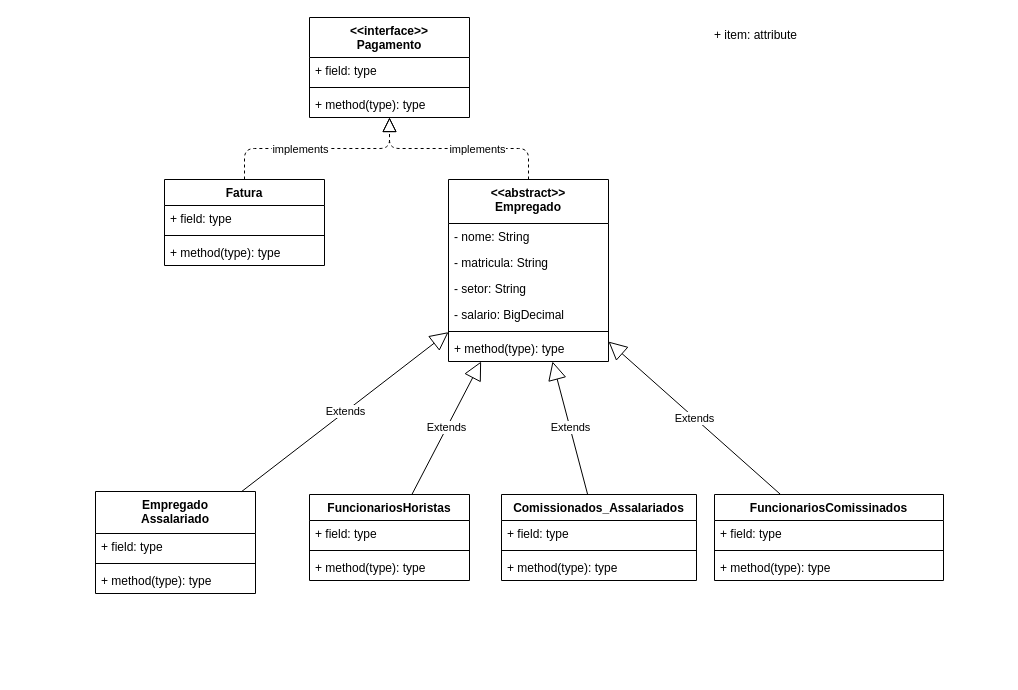
Before: 01_Diagramas/Diagrama_classes01.drawio in Rodx486/Trabalho_04, a draw.io diagram. Source tidied: cells renumbered, new cells numbered last; positions are measured from the earlier drawing's top-left corner, leaving out a move shared by most shapes. Both pictures are drawn from the tidied source at 100%, with x=0, y=0 at pixel (95, 17).
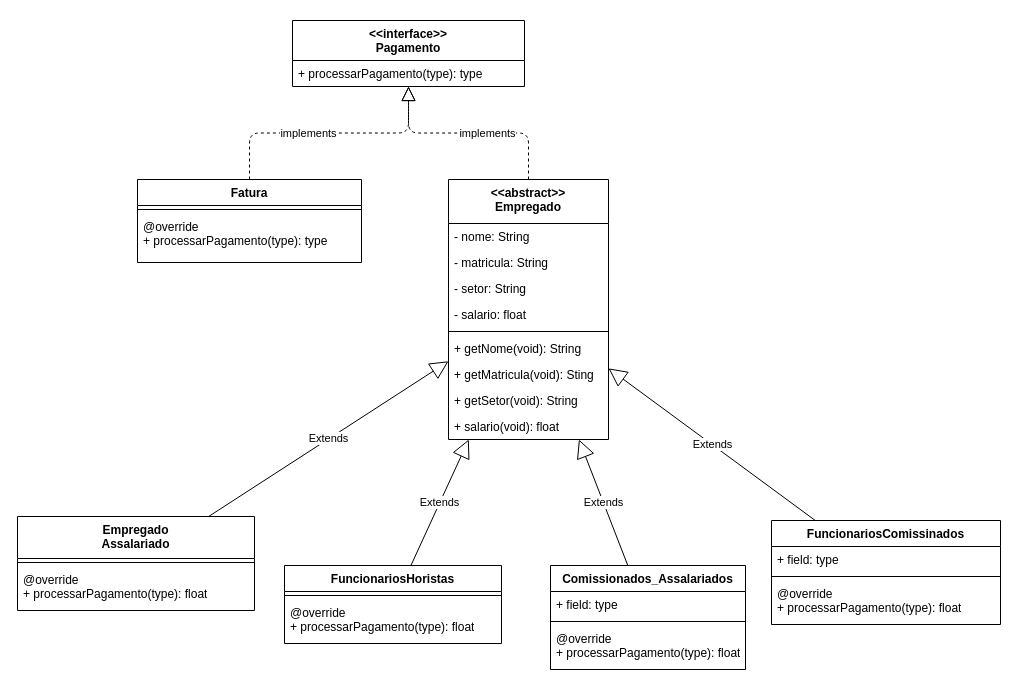
The same diagram, later.

Commit message (it also covers changes not shown here):
/logica_classes

The edit, as a diff of the source:
```diff
@@
     <mxCell id="2" value="&amp;lt;&amp;lt;interface&amp;gt;&amp;gt;&lt;div&gt;Pagamento&lt;/div&gt;" style="swimlane;fontStyle=1;align=center;verticalAlign=top;horizontal=1;startSize=40;whiteSpace=wrap;html=1;" parent="1" vertex="1">
-      <mxGeometry x="214" width="160" height="100" as="geometry" />
+      <mxGeometry x="197" y="3" width="232" height="66" as="geometry" />
     </mxCell>
-    <mxCell id="3" value="+ field: type" style="text;strokeColor=none;fillColor=none;align=left;verticalAlign=top;spacingLeft=4;spacingRight=4;overflow=hidden;whiteSpace=wrap;html=1;" parent="2" vertex="1">
-      <mxGeometry y="40" width="160" height="26" as="geometry" />
-    </mxCell>
-    <mxCell id="4" style="line;strokeWidth=1;fillColor=none;align=left;verticalAlign=middle;spacingTop=-1;spacingLeft=3;spacingRight=3;labelPosition=right;strokeColor=inherit;" parent="2" vertex="1">
-      <mxGeometry y="66" width="160" height="8" as="geometry" />
-    </mxCell>
-    <mxCell id="5" value="+ method(type): type" style="text;strokeColor=none;fillColor=none;align=left;verticalAlign=top;spacingLeft=4;spacingRight=4;overflow=hidden;whiteSpace=wrap;html=1;" parent="2" vertex="1">
-      <mxGeometry y="74" width="160" height="26" as="geometry" />
+    <mxCell id="5" value="+ processarPagamento(type): type" style="text;strokeColor=none;fillColor=none;align=left;verticalAlign=top;spacingLeft=4;spacingRight=4;overflow=hidden;whiteSpace=wrap;html=1;" parent="2" vertex="1">
+      <mxGeometry y="40" width="232" height="26" as="geometry" />
     </mxCell>
     <mxCell id="6" value="&lt;div&gt;&amp;lt;&amp;lt;abstract&amp;gt;&amp;gt;&lt;/div&gt;Empregado" style="swimlane;fontStyle=1;align=center;verticalAlign=top;horizontal=1;startSize=44;whiteSpace=wrap;html=1;" parent="1" vertex="1">
-      <mxGeometry x="353" y="162" width="160" height="182" as="geometry" />
+      <mxGeometry x="353" y="162" width="160" height="260" as="geometry" />
     </mxCell>
@@
-    <mxCell id="10" value="- salario:&amp;nbsp;BigDecimal" style="text;strokeColor=none;fillColor=none;align=left;verticalAlign=top;spacingLeft=4;spacingRight=4;overflow=hidden;whiteSpace=wrap;html=1;" parent="6" vertex="1">
+    <mxCell id="10" value="- salario: float" style="text;strokeColor=none;fillColor=none;align=left;verticalAlign=top;spacingLeft=4;spacingRight=4;overflow=hidden;whiteSpace=wrap;html=1;" parent="6" vertex="1">
       <mxGeometry y="122" width="160" height="26" as="geometry" />
     </mxCell>
@@
-    <mxCell id="12" value="+ method(type): type" style="text;strokeColor=none;fillColor=none;align=left;verticalAlign=top;spacingLeft=4;spacingRight=4;overflow=hidden;whiteSpace=wrap;html=1;" parent="6" vertex="1">
+    <mxCell id="12" value="+ getNome(void): String" style="text;strokeColor=none;fillColor=none;align=left;verticalAlign=top;spacingLeft=4;spacingRight=4;overflow=hidden;whiteSpace=wrap;html=1;" parent="6" vertex="1">
       <mxGeometry y="156" width="160" height="26" as="geometry" />
     </mxCell>
+    <mxCell id="42" value="+ getMatricula(void): Sting" style="text;strokeColor=none;fillColor=none;align=left;verticalAlign=top;spacingLeft=4;spacingRight=4;overflow=hidden;whiteSpace=wrap;html=1;" parent="6" vertex="1">
+      <mxGeometry y="182" width="160" height="26" as="geometry" />
+    </mxCell>
+    <mxCell id="43" value="+ getSetor(void): String" style="text;strokeColor=none;fillColor=none;align=left;verticalAlign=top;spacingLeft=4;spacingRight=4;overflow=hidden;whiteSpace=wrap;html=1;" parent="6" vertex="1">
+      <mxGeometry y="208" width="160" height="26" as="geometry" />
+    </mxCell>
+    <mxCell id="44" value="+ salario(void): float" style="text;strokeColor=none;fillColor=none;align=left;verticalAlign=top;spacingLeft=4;spacingRight=4;overflow=hidden;whiteSpace=wrap;html=1;" parent="6" vertex="1">
+      <mxGeometry y="234" width="160" height="26" as="geometry" />
+    </mxCell>
     <mxCell id="13" value="Empregado&lt;div&gt;Assalariado&lt;/div&gt;&lt;div&gt;&lt;br&gt;&lt;/div&gt;" style="swimlane;fontStyle=1;align=center;verticalAlign=top;horizontal=1;startSize=42;whiteSpace=wrap;html=1;" parent="1" vertex="1">
-      <mxGeometry y="474" width="160" height="102" as="geometry" />
+      <mxGeometry x="-78" y="499" width="237" height="94" as="geometry" />
     </mxCell>
-    <mxCell id="14" value="+ field: type" style="text;strokeColor=none;fillColor=none;align=left;verticalAlign=top;spacingLeft=4;spacingRight=4;overflow=hidden;whiteSpace=wrap;html=1;" parent="13" vertex="1">
-      <mxGeometry y="42" width="160" height="26" as="geometry" />
-    </mxCell>
     <mxCell id="15" style="line;strokeWidth=1;fillColor=none;align=left;verticalAlign=middle;spacingTop=-1;spacingLeft=3;spacingRight=3;labelPosition=right;strokeColor=inherit;" parent="13" vertex="1">
-      <mxGeometry y="68" width="160" height="8" as="geometry" />
+      <mxGeometry y="42" width="237" height="8" as="geometry" />
     </mxCell>
-    <mxCell id="16" value="+ method(type): type" style="text;strokeColor=none;fillColor=none;align=left;verticalAlign=top;spacingLeft=4;spacingRight=4;overflow=hidden;whiteSpace=wrap;html=1;" parent="13" vertex="1">
-      <mxGeometry y="76" width="160" height="26" as="geometry" />
+    <mxCell id="16" value="&lt;div&gt;@override&lt;/div&gt;+ processarPagamento(type): float" style="text;strokeColor=none;fillColor=none;align=left;verticalAlign=top;spacingLeft=4;spacingRight=4;overflow=hidden;whiteSpace=wrap;html=1;" parent="13" vertex="1">
+      <mxGeometry y="50" width="237" height="44" as="geometry" />
     </mxCell>
@@
     <mxCell id="20" value="Fatura" style="swimlane;fontStyle=1;align=center;verticalAlign=top;horizontal=1;startSize=26;whiteSpace=wrap;html=1;" parent="1" vertex="1">
-      <mxGeometry x="69" y="162" width="160" height="86" as="geometry" />
+      <mxGeometry x="42" y="162" width="224" height="83" as="geometry" />
     </mxCell>
-    <mxCell id="21" value="+ field: type" style="text;strokeColor=none;fillColor=none;align=left;verticalAlign=top;spacingLeft=4;spacingRight=4;overflow=hidden;whiteSpace=wrap;html=1;" parent="20" vertex="1">
-      <mxGeometry y="26" width="160" height="26" as="geometry" />
-    </mxCell>
     <mxCell id="22" style="line;strokeWidth=1;fillColor=none;align=left;verticalAlign=middle;spacingTop=-1;spacingLeft=3;spacingRight=3;labelPosition=right;strokeColor=inherit;" parent="20" vertex="1">
-      <mxGeometry y="52" width="160" height="8" as="geometry" />
+      <mxGeometry y="26" width="224" height="8" as="geometry" />
     </mxCell>
-    <mxCell id="23" value="+ method(type): type" style="text;strokeColor=none;fillColor=none;align=left;verticalAlign=top;spacingLeft=4;spacingRight=4;overflow=hidden;whiteSpace=wrap;html=1;" parent="20" vertex="1">
-      <mxGeometry y="60" width="160" height="26" as="geometry" />
+    <mxCell id="23" value="&lt;div&gt;@override&lt;/div&gt;+ processarPagamento(type): type" style="text;strokeColor=none;fillColor=none;align=left;verticalAlign=top;spacingLeft=4;spacingRight=4;overflow=hidden;whiteSpace=wrap;html=1;" parent="20" vertex="1">
+      <mxGeometry y="34" width="224" height="49" as="geometry" />
     </mxCell>
@@
     <mxCell id="26" value="Comissionados_Assalariados&lt;div&gt;&lt;br&gt;&lt;/div&gt;" style="swimlane;fontStyle=1;align=center;verticalAlign=top;horizontal=1;startSize=26;whiteSpace=wrap;html=1;" parent="1" vertex="1">
-      <mxGeometry x="406" y="477" width="195" height="86" as="geometry" />
+      <mxGeometry x="455" y="548" width="195" height="104" as="geometry" />
     </mxCell>
@@
-    <mxCell id="29" value="+ method(type): type" style="text;strokeColor=none;fillColor=none;align=left;verticalAlign=top;spacingLeft=4;spacingRight=4;overflow=hidden;whiteSpace=wrap;html=1;" parent="26" vertex="1">
-      <mxGeometry y="60" width="195" height="26" as="geometry" />
-    </mxCell>
+    <mxCell id="45" value="&lt;div&gt;@override&lt;/div&gt;+ processarPagamento(type): float" style="text;strokeColor=none;fillColor=none;align=left;verticalAlign=top;spacingLeft=4;spacingRight=4;overflow=hidden;whiteSpace=wrap;html=1;" parent="26" vertex="1">
+      <mxGeometry y="60" width="195" height="44" as="geometry" />
+    </mxCell>
@@
     <mxCell id="31" value="FuncionariosHoristas&lt;div&gt;&lt;br&gt;&lt;/div&gt;" style="swimlane;fontStyle=1;align=center;verticalAlign=top;horizontal=1;startSize=26;whiteSpace=wrap;html=1;" parent="1" vertex="1">
-      <mxGeometry x="214" y="477" width="160" height="86" as="geometry" />
+      <mxGeometry x="189" y="548" width="217" height="78" as="geometry" />
     </mxCell>
-    <mxCell id="32" value="+ field: type" style="text;strokeColor=none;fillColor=none;align=left;verticalAlign=top;spacingLeft=4;spacingRight=4;overflow=hidden;whiteSpace=wrap;html=1;" parent="31" vertex="1">
-      <mxGeometry y="26" width="160" height="26" as="geometry" />
-    </mxCell>
     <mxCell id="33" style="line;strokeWidth=1;fillColor=none;align=left;verticalAlign=middle;spacingTop=-1;spacingLeft=3;spacingRight=3;labelPosition=right;strokeColor=inherit;" parent="31" vertex="1">
-      <mxGeometry y="52" width="160" height="8" as="geometry" />
+      <mxGeometry y="26" width="217" height="8" as="geometry" />
     </mxCell>
-    <mxCell id="34" value="+ method(type): type" style="text;strokeColor=none;fillColor=none;align=left;verticalAlign=top;spacingLeft=4;spacingRight=4;overflow=hidden;whiteSpace=wrap;html=1;" parent="31" vertex="1">
-      <mxGeometry y="60" width="160" height="26" as="geometry" />
-    </mxCell>
+    <mxCell id="46" value="&lt;div&gt;@override&lt;/div&gt;+ processarPagamento(type): float" style="text;strokeColor=none;fillColor=none;align=left;verticalAlign=top;spacingLeft=4;spacingRight=4;overflow=hidden;whiteSpace=wrap;html=1;" parent="31" vertex="1">
+      <mxGeometry y="34" width="217" height="44" as="geometry" />
+    </mxCell>
@@
     <mxCell id="36" value="FuncionariosComissinados&lt;div&gt;&lt;br&gt;&lt;/div&gt;" style="swimlane;fontStyle=1;align=center;verticalAlign=top;horizontal=1;startSize=26;whiteSpace=wrap;html=1;" parent="1" vertex="1">
-      <mxGeometry x="619" y="477" width="229" height="86" as="geometry" />
+      <mxGeometry x="676" y="503" width="229" height="104" as="geometry" />
     </mxCell>
@@
-    <mxCell id="39" value="+ method(type): type" style="text;strokeColor=none;fillColor=none;align=left;verticalAlign=top;spacingLeft=4;spacingRight=4;overflow=hidden;whiteSpace=wrap;html=1;" parent="36" vertex="1">
-      <mxGeometry y="60" width="229" height="26" as="geometry" />
-    </mxCell>
+    <mxCell id="47" value="&lt;div&gt;@override&lt;/div&gt;+ processarPagamento(type): float" style="text;strokeColor=none;fillColor=none;align=left;verticalAlign=top;spacingLeft=4;spacingRight=4;overflow=hidden;whiteSpace=wrap;html=1;" parent="36" vertex="1">
+      <mxGeometry y="60" width="229" height="44" as="geometry" />
+    </mxCell>
@@
-    <mxCell id="41" value="+ item: attribute" style="text;strokeColor=none;fillColor=none;align=left;verticalAlign=top;spacingLeft=4;spacingRight=4;overflow=hidden;whiteSpace=wrap;html=1;" parent="1" vertex="1">
-      <mxGeometry x="613" y="4" width="100" height="26" as="geometry" />
-    </mxCell>
```
